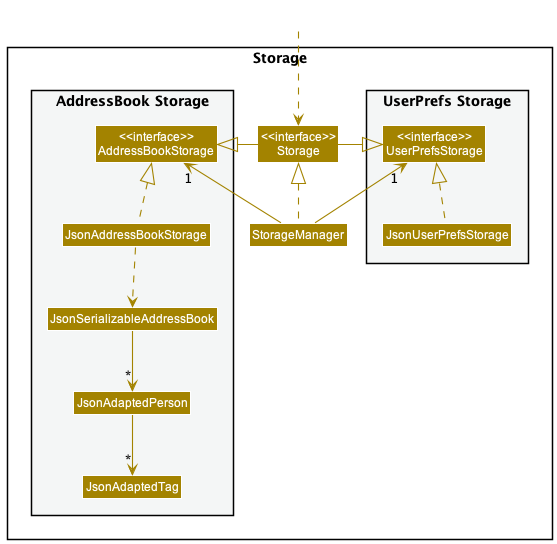
Above: docs/images/StorageClassDiagram.png in nus-cs2103-AY2223S1/tp (PlantUML), before the change. The source it was exported from:
```plantuml
@startuml
!include style.puml
skinparam arrowThickness 1.1
skinparam arrowColor STORAGE_COLOR
skinparam classBackgroundColor STORAGE_COLOR

package Storage{

package "UserPrefs Storage" #F4F6F6{
Class "<<interface>>\nUserPrefsStorage" as UserPrefsStorage
Class JsonUserPrefsStorage
}

Class "<<interface>>\nStorage" as Storage
Class StorageManager

package "AddressBook Storage" #F4F6F6{
Class "<<interface>>\nAddressBookStorage" as AddressBookStorage
Class JsonAddressBookStorage
Class JsonSerializableAddressBook
Class JsonAdaptedPerson
Class JsonAdaptedTag
}

}

Class HiddenOutside #FFFFFF
HiddenOutside ..> Storage

StorageManager .up.|> Storage
StorageManager -up-> "1" UserPrefsStorage
StorageManager -up-> "1" AddressBookStorage

Storage -left-|> UserPrefsStorage
Storage -right-|> AddressBookStorage

JsonUserPrefsStorage .up.|> UserPrefsStorage
JsonAddressBookStorage .up.|> AddressBookStorage
JsonAddressBookStorage ..> JsonSerializableAddressBook
JsonSerializableAddressBook --> "*" JsonAdaptedPerson
JsonAdaptedPerson --> "*" JsonAdaptedTag

@enduml
```
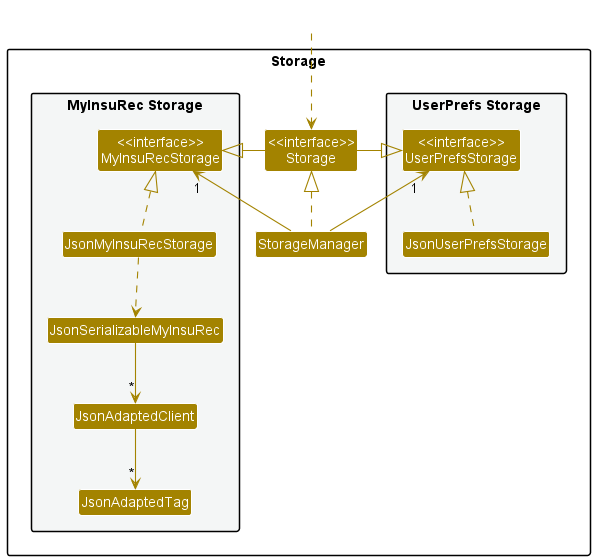
Above is the later version.

What changed in the source:
```diff
@@ -14,11 +14,11 @@
 Class "<<interface>>\nStorage" as Storage
 Class StorageManager
 
-package "AddressBook Storage" #F4F6F6{
-Class "<<interface>>\nAddressBookStorage" as AddressBookStorage
-Class JsonAddressBookStorage
-Class JsonSerializableAddressBook
-Class JsonAdaptedPerson
+package "MyInsuRec Storage" #F4F6F6{
+Class "<<interface>>\nMyInsuRecStorage" as MyInsuRecStorage
+Class JsonMyInsuRecStorage
+Class JsonSerializableMyInsuRec
+Class JsonAdaptedClient
 Class JsonAdaptedTag
 }
 
@@ -29,15 +29,15 @@
 
 StorageManager .up.|> Storage
 StorageManager -up-> "1" UserPrefsStorage
-StorageManager -up-> "1" AddressBookStorage
+StorageManager -up-> "1" MyInsuRecStorage
 
 Storage -left-|> UserPrefsStorage
-Storage -right-|> AddressBookStorage
+Storage -right-|> MyInsuRecStorage
 
 JsonUserPrefsStorage .up.|> UserPrefsStorage
-JsonAddressBookStorage .up.|> AddressBookStorage
-JsonAddressBookStorage ..> JsonSerializableAddressBook
-JsonSerializableAddressBook --> "*" JsonAdaptedPerson
-JsonAdaptedPerson --> "*" JsonAdaptedTag
+JsonMyInsuRecStorage .up.|> MyInsuRecStorage
+JsonMyInsuRecStorage ..> JsonSerializableMyInsuRec
+JsonSerializableMyInsuRec --> "*" JsonAdaptedClient
+JsonAdaptedClient --> "*" JsonAdaptedTag
 
 @enduml
```
